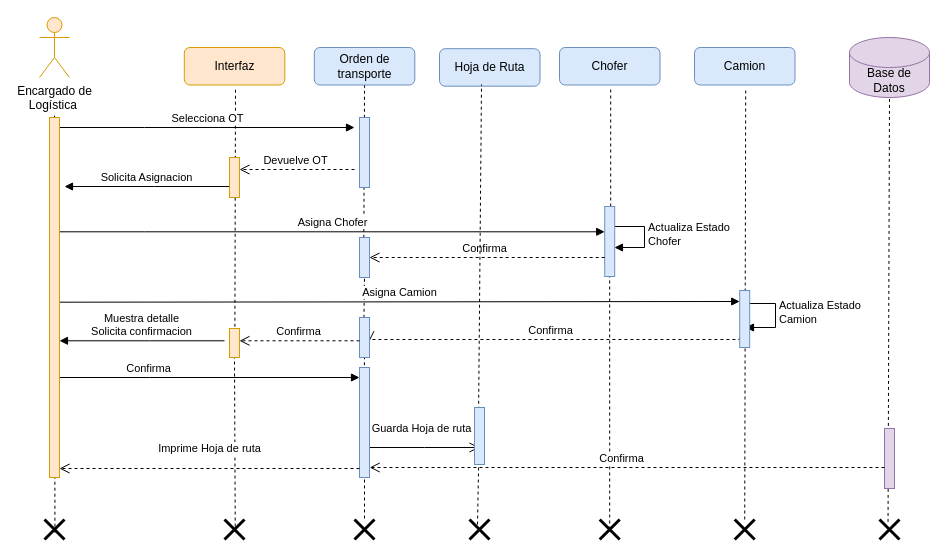
This is page "CU004" (4 of 9) of [MDS]/(FINAL)/Diagramas TP Final.drawio from zherar7ordoya/AP6, a draw.io file, before an edit. Source tidied: cells renumbered, new cells numbered last; positions are measured from the earlier drawing's top-left corner, leaving out a move shared by most shapes. Both pictures are drawn from the tidied source at 100%, with x=0, y=0 at pixel (39, 17).
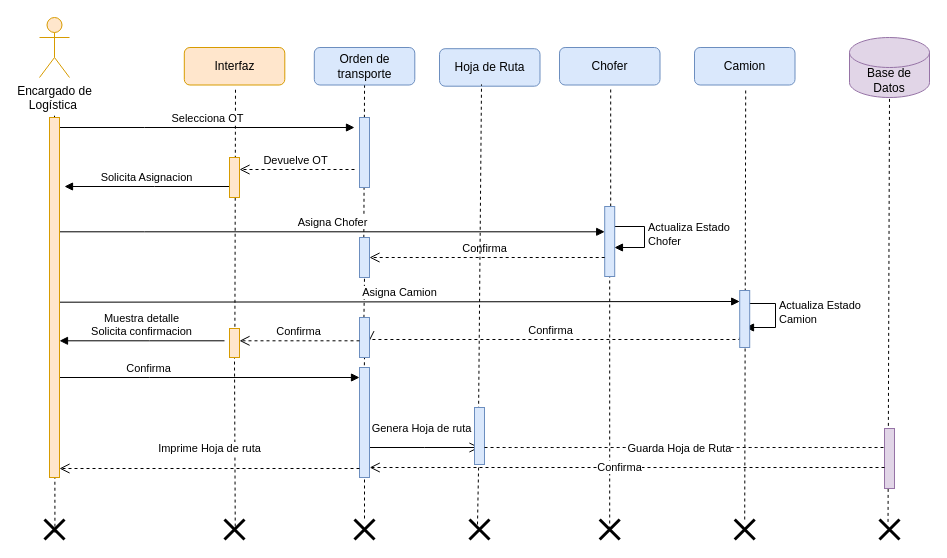
After the change.

The change refers to these unchanged cells:
```xml
<mxCell id="10" style="html=1;points=[];perimeter=orthogonalPerimeter;outlineConnect=0;targetShapes=umlLifeline;portConstraint=eastwest;newEdgeStyle={&quot;edgeStyle&quot;:&quot;elbowEdgeStyle&quot;,&quot;elbow&quot;:&quot;vertical&quot;,&quot;curved&quot;:0,&quot;rounded&quot;:0};fillColor=#e1d5e7;strokeColor=#9673a6;" parent="1" vertex="1">
  <mxGeometry x="845" y="411" width="10" height="60" as="geometry" />
</mxCell>
<mxCell id="56" style="html=1;points=[];perimeter=orthogonalPerimeter;outlineConnect=0;targetShapes=umlLifeline;portConstraint=eastwest;newEdgeStyle={&quot;edgeStyle&quot;:&quot;elbowEdgeStyle&quot;,&quot;elbow&quot;:&quot;vertical&quot;,&quot;curved&quot;:0,&quot;rounded&quot;:0};fillColor=#dae8fc;strokeColor=#6c8ebf;" parent="1" vertex="1">
  <mxGeometry x="435" y="390" width="10" height="57" as="geometry" />
</mxCell>
```

Change to the diagram source:
```diff
@@
-    <mxCell id="23" value="Guarda Hoja de ruta" style="html=1;verticalAlign=bottom;endArrow=open;endSize=8;edgeStyle=elbowEdgeStyle;elbow=horizontal;curved=0;rounded=0;entryX=0.5;entryY=0.702;entryDx=0;entryDy=0;entryPerimeter=0;" parent="1" edge="1" target="56">
+    <mxCell id="23" value="Genera Hoja de ruta" style="html=1;verticalAlign=bottom;endArrow=open;endSize=8;edgeStyle=elbowEdgeStyle;elbow=horizontal;curved=0;rounded=0;entryX=0.5;entryY=0.702;entryDx=0;entryDy=0;entryPerimeter=0;" parent="1" edge="1" target="56">
       <mxGeometry x="-0.03" y="10" relative="1" as="geometry">
         <mxPoint x="330" y="430" as="sourcePoint" />
         <mxPoint x="-1" as="offset" />
       </mxGeometry>
     </mxCell>
@@
-    <mxCell id="47" value="Confirma" style="html=1;verticalAlign=bottom;endArrow=open;endSize=8;edgeStyle=elbowEdgeStyle;elbow=vertical;curved=0;rounded=0;dashed=1;" parent="1" edge="1" source="10">
-      <mxGeometry x="0.02" relative="1" as="geometry">
+    <mxCell id="47" value="Confirma" style="html=1;verticalAlign=middle;endArrow=open;endSize=8;edgeStyle=elbowEdgeStyle;elbow=vertical;curved=0;rounded=0;dashed=1;" parent="1" edge="1" source="10">
+      <mxGeometry x="0.03" relative="1" as="geometry">
         <mxPoint x="330.2" y="450" as="targetPoint" />
       </mxGeometry>
     </mxCell>
@@
+    <mxCell id="57" style="endArrow=none;dashed=1;html=1;rounded=0;fontSize=12;startSize=8;endSize=8;curved=1;" parent="1" edge="1" source="56" target="10">
+      <mxGeometry relative="1" as="geometry">
+        <Array as="points">
+          <mxPoint x="650" y="430" />
+        </Array>
+      </mxGeometry>
+    </mxCell>
+    <mxCell id="58" value="&lt;font style=&quot;font-size: 11px;&quot;&gt;Guarda Hoja de Ruta&lt;/font&gt;" style="edgeLabel;html=1;align=center;verticalAlign=middle;fontSize=16;" parent="57" vertex="1">
+      <mxGeometry x="-0.03" y="2" relative="1" as="geometry" />
+    </mxCell>
```
